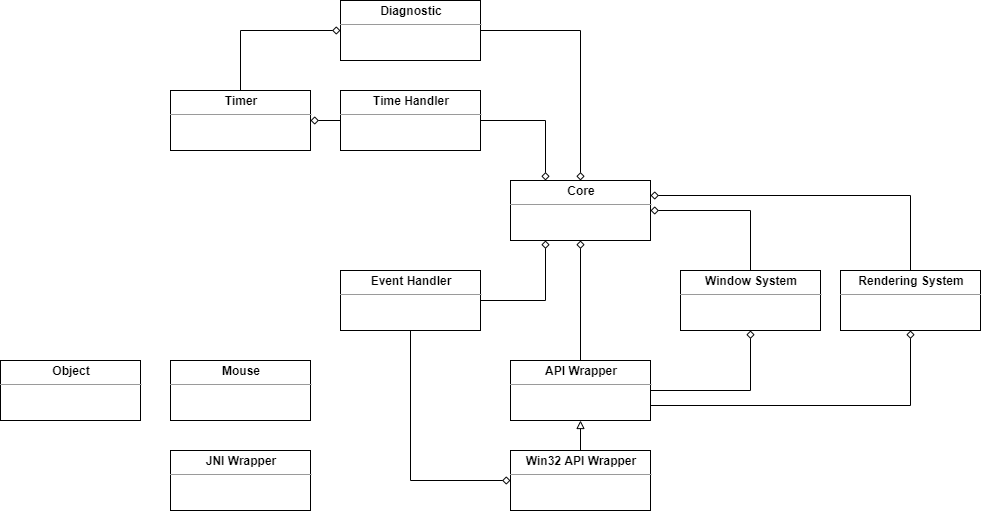
The draw.io diagram docs/img/uml-game-engine.png in Keshizin/tcc-bpmge, before a commit. Source tidied: cells renumbered, new cells last; positions are measured from the earlier drawing's top-left corner, leaving out a move shared by most shapes.
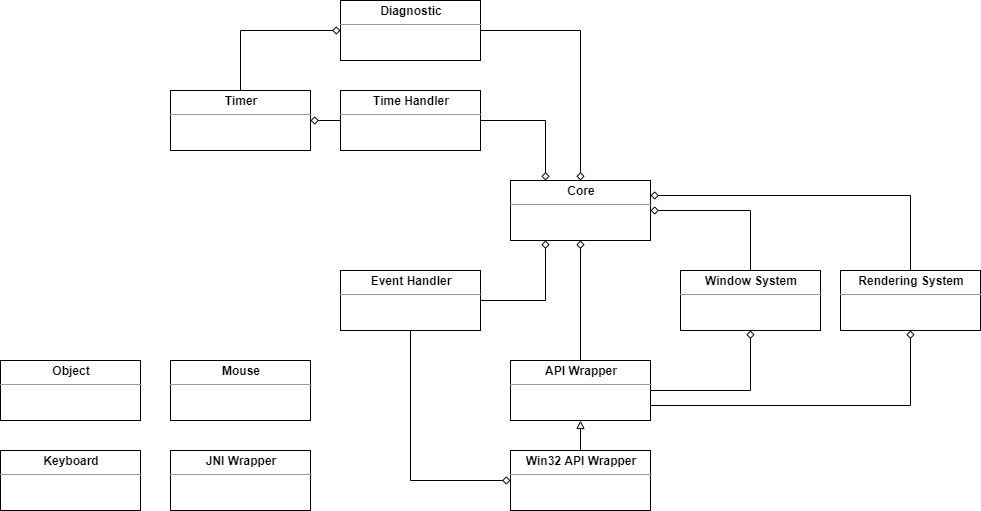
The same file after the commit.

Change to the diagram source:
```diff
@@ -74,5 +74,8 @@
     <mxCell id="25" value="&lt;p style=&quot;margin: 0px ; margin-top: 4px ; text-align: center&quot;&gt;&lt;b&gt;Object&lt;/b&gt;&lt;/p&gt;&lt;hr size=&quot;1&quot;&gt;&lt;div style=&quot;height: 2px&quot;&gt;&lt;/div&gt;" style="verticalAlign=top;align=left;overflow=fill;fontSize=12;fontFamily=Helvetica;html=1;" parent="1" vertex="1">
       <mxGeometry y="360" width="140" height="60" as="geometry" />
     </mxCell>
+    <mxCell id="26" value="&lt;p style=&quot;margin: 0px ; margin-top: 4px ; text-align: center&quot;&gt;&lt;b&gt;Keyboard&lt;/b&gt;&lt;/p&gt;&lt;hr size=&quot;1&quot;&gt;&lt;div style=&quot;height: 2px&quot;&gt;&lt;/div&gt;" style="verticalAlign=top;align=left;overflow=fill;fontSize=12;fontFamily=Helvetica;html=1;" parent="1" vertex="1">
+      <mxGeometry y="450" width="140" height="60" as="geometry" />
+    </mxCell>
   </root>
 </mxGraphModel>
```
